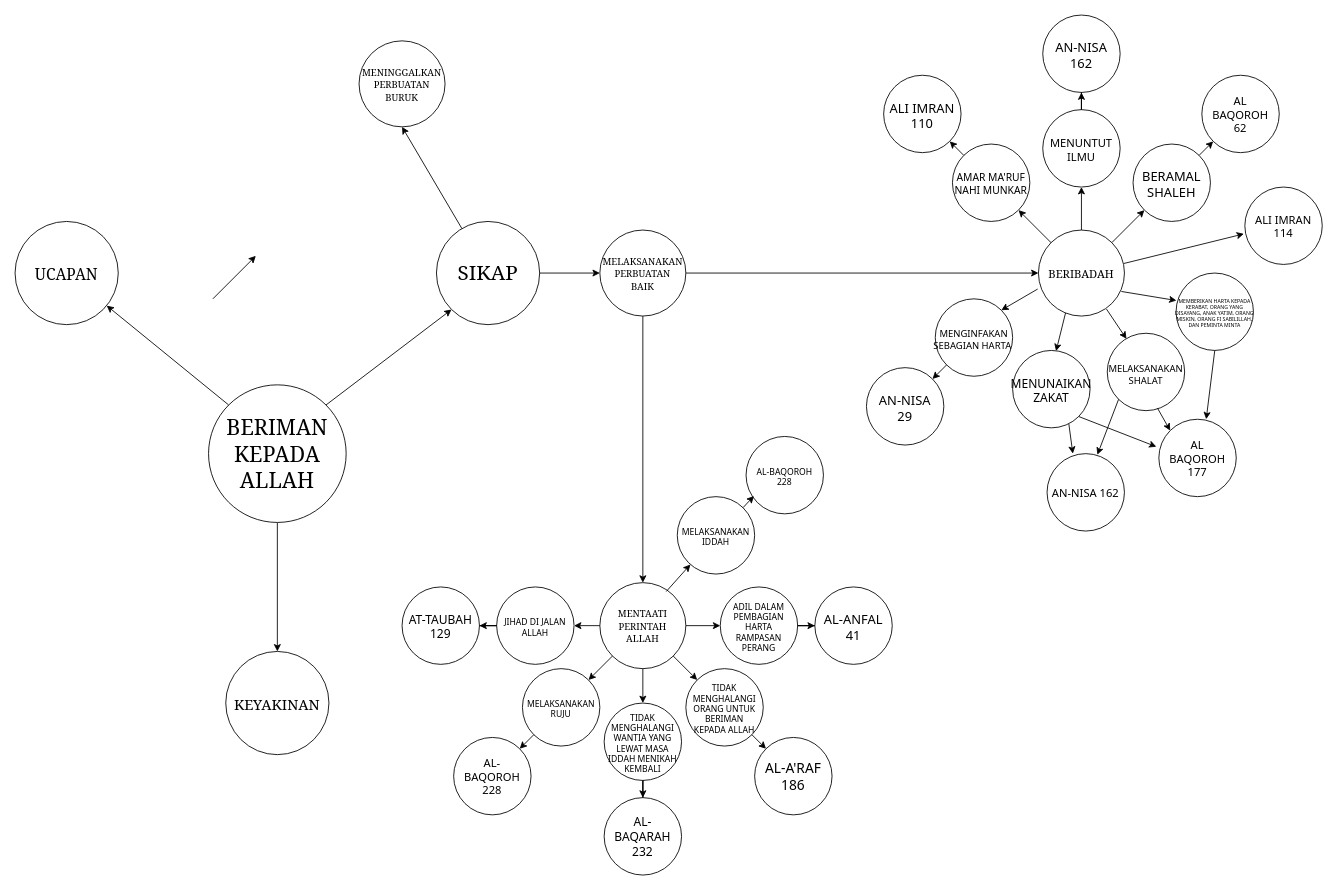
Alfthrpy/Iseng keeps this draw.io diagram as ilta.drawio. Above is the earlier version. Source tidied: cells renumbered, new cells numbered last; positions are measured from the earlier drawing's top-left corner, leaving out a move shared by most shapes. Both pictures are drawn from the tidied source at 86%, with x=0, y=0 at pixel (15, 15).
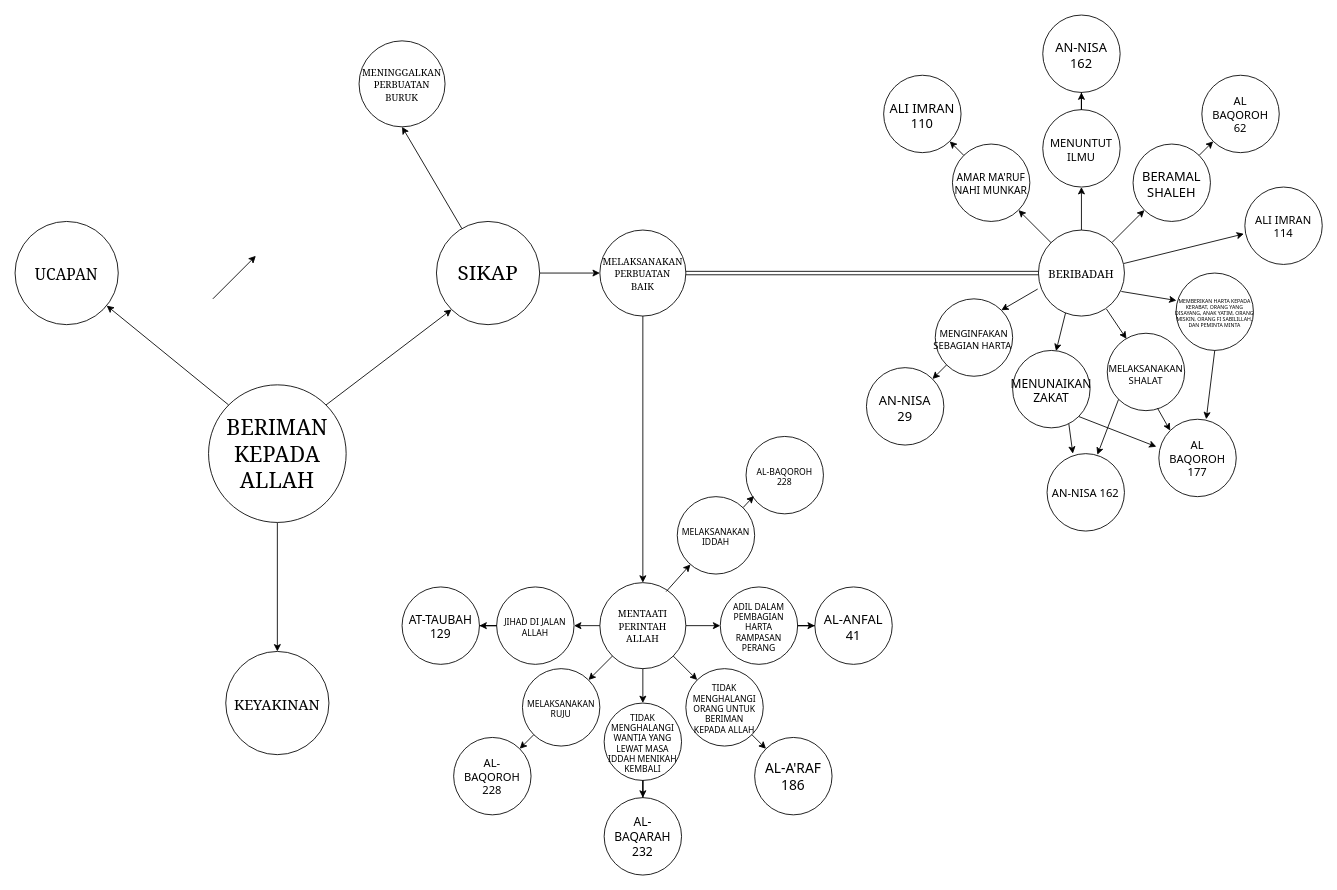
After the change.

The change refers to these unchanged cells:
```xml
<mxCell id="13" value="&lt;font face=&quot;Georgia&quot;&gt;&lt;span style=&quot;font-size: 11px;&quot;&gt;MELAKSANAKAN PERBUATAN BAIK&lt;/span&gt;&lt;/font&gt;" style="ellipse;whiteSpace=wrap;html=1;spacingTop=2;spacing=5;" parent="1" vertex="1">
  <mxGeometry x="680" y="250" width="100" height="100" as="geometry" />
</mxCell>
<mxCell id="43" value="&lt;font face=&quot;Georgia&quot; style=&quot;font-size: 13px;&quot;&gt;&lt;span style=&quot;font-size: 13px;&quot;&gt;BERIBADAH&lt;/span&gt;&lt;/font&gt;" style="ellipse;whiteSpace=wrap;html=1;spacingTop=2;spacing=5;fontSize=13;" parent="1" vertex="1">
  <mxGeometry x="1190" y="250" width="100" height="100" as="geometry" />
</mxCell>
```

The edit, as a diff of the source:
```diff
@@
-    <mxCell id="12" style="edgeStyle=orthogonalEdgeStyle;rounded=0;jettySize=auto;html=1;entryX=0;entryY=0.5;entryDx=0;entryDy=0;" parent="1" edge="1" source="13" target="43">
+    <mxCell id="12" style="edgeStyle=orthogonalEdgeStyle;rounded=0;jettySize=auto;html=1;entryX=0;entryY=0.5;entryDx=0;entryDy=0;shape=link;" parent="1" edge="1" source="13" target="43">
       <mxGeometry relative="1" as="geometry" />
     </mxCell>
```
